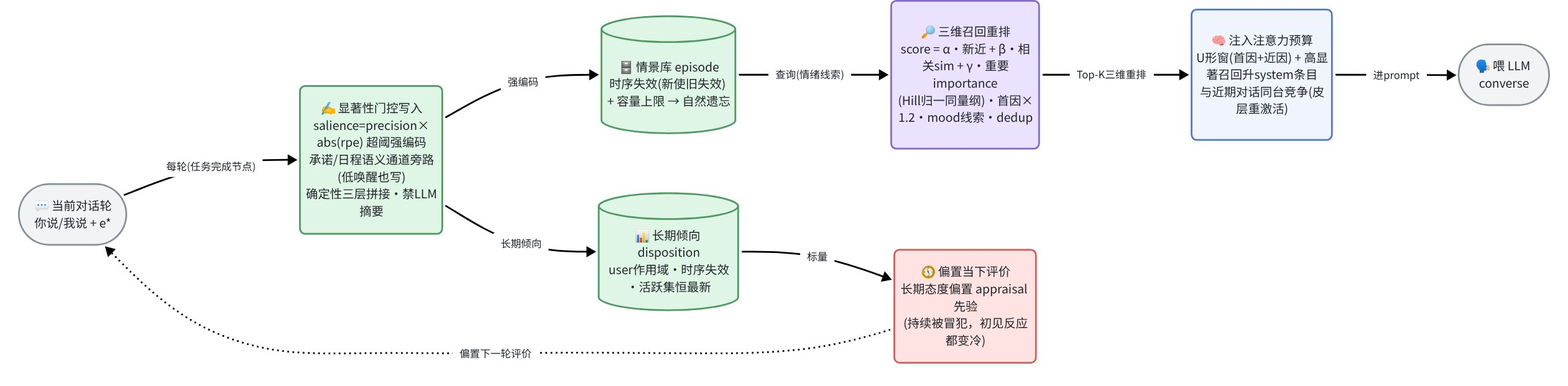
WizardHeHeJun/Zero keeps this Mermaid diagram as docs/v2/memory-architecture.png. Above is the earlier version. Its source is kept beside it as docs/v2/memory-architecture.mmd.
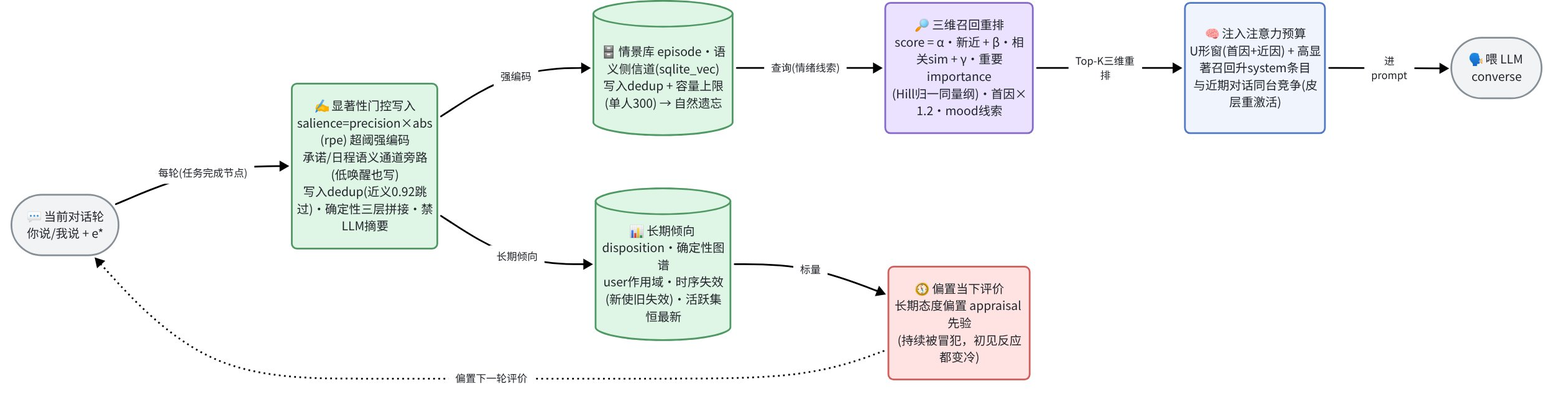
After the commit.

Diff of the diagram source:
```diff
@@ -1,11 +1,11 @@
 flowchart LR
   turn(["💬 当前对话轮<br/>你说/我说 + e*"]):::terminal
-  write["✍️ 显著性门控写入<br/>salience=precision×abs(rpe) 超阈强编码<br/>承诺/日程语义通道旁路(低唤醒也写)<br/>确定性三层拼接·禁LLM摘要"]:::memory
-  episodes[("🗄️ 情景库 episode<br/>时序失效(新使旧失效) + 容量上限 → 自然遗忘")]:::memory
-  recall["🔎 三维召回重排<br/>score = α·新近 + β·相关sim + γ·重要importance<br/>(Hill归一同量纲)·首因×1.2·mood线索·dedup"]:::timescale
+  write["✍️ 显著性门控写入<br/>salience=precision×abs(rpe) 超阈强编码<br/>承诺/日程语义通道旁路(低唤醒也写)<br/>写入dedup(近义0.92跳过)·确定性三层拼接·禁LLM摘要"]:::memory
+  episodes[("🗄️ 情景库 episode·语义侧信道(sqlite_vec)<br/>写入dedup + 容量上限(单人300) → 自然遗忘")]:::memory
+  recall["🔎 三维召回重排<br/>score = α·新近 + β·相关sim + γ·重要importance<br/>(Hill归一同量纲)·首因×1.2·mood线索"]:::timescale
   inject["🧠 注入注意力预算<br/>U形窗(首因+近因) + 高显著召回升system条目<br/>与近期对话同台竞争(皮层重激活)"]:::appraise
   llm(["🗣️ 喂 LLM converse"]):::terminal
-  disposition[("📊 长期倾向 disposition<br/>user作用域·时序失效·活跃集恒最新")]:::memory
+  disposition[("📊 长期倾向 disposition·确定性图谱<br/>user作用域·时序失效(新使旧失效)·活跃集恒最新")]:::memory
   bias["🧭 偏置当下评价<br/>长期态度偏置 appraisal 先验<br/>(持续被冒犯，初见反应都变冷)"]:::engine
 
   turn -->|"每轮(任务完成节点)"| write
```
